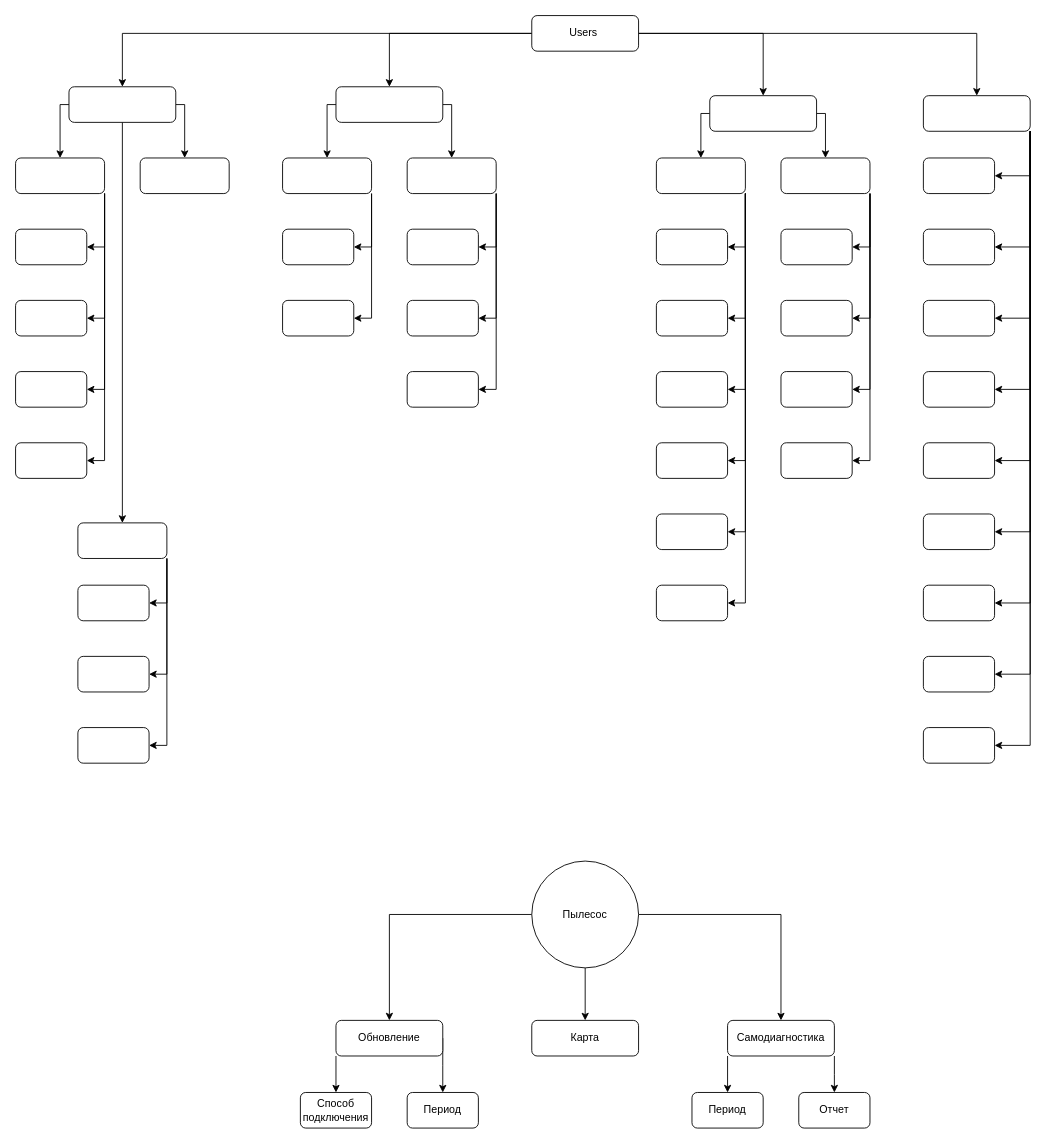
Earlier version of the draw.io diagram EDITOR3D/Диаграмма без названия.drawio (petrovich601/Arch3294). Source tidied: cells renumbered, new cells numbered last; positions are measured from the earlier drawing's top-left corner, leaving out a move shared by most shapes. Both pictures are drawn from the tidied source at 89%, with x=0, y=0 at pixel (15, 15).
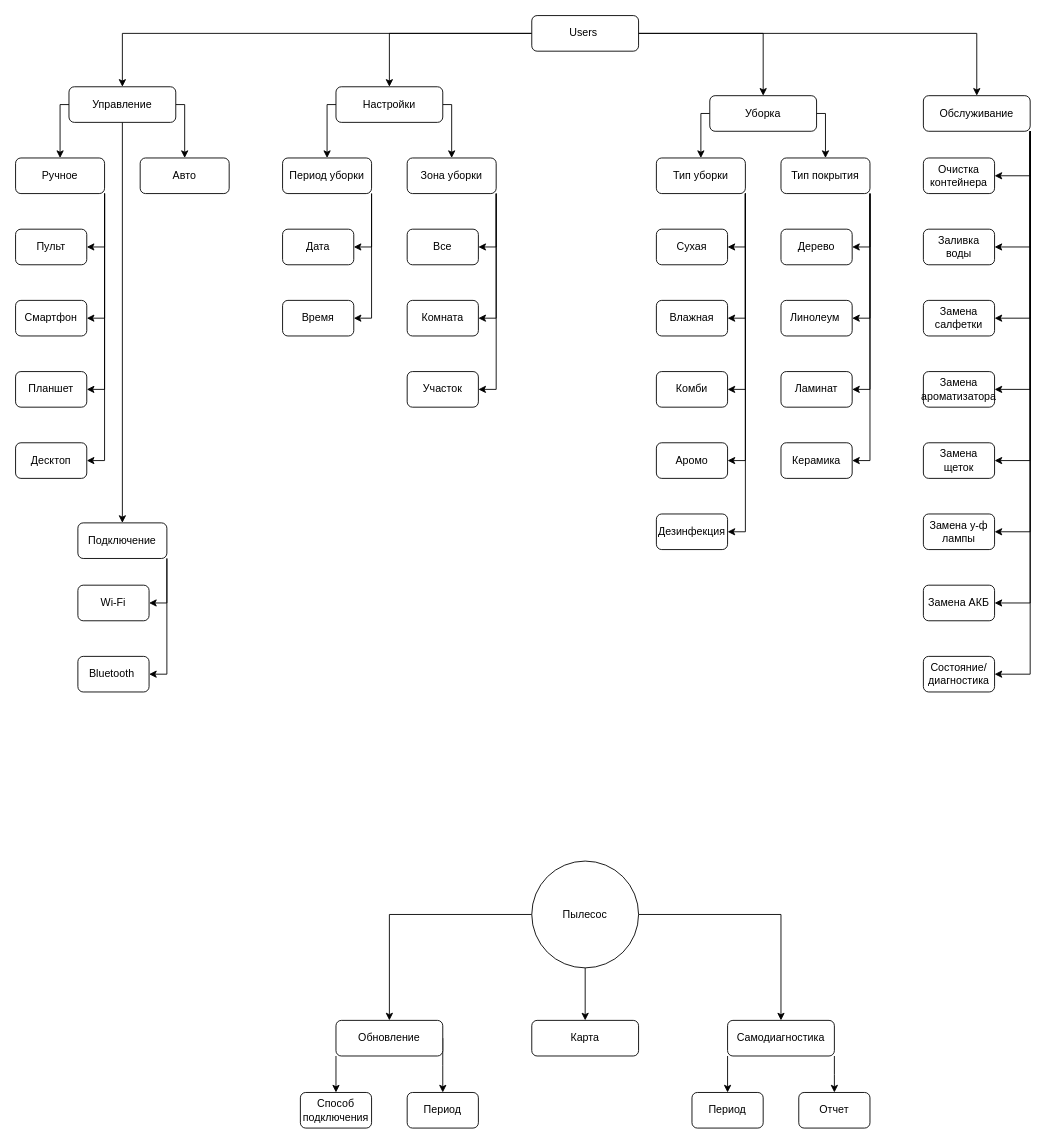
After the change.

The edit, as a diff of the source:
```diff
@@
-    <mxCell id="10" style="rounded=1;whiteSpace=wrap;html=1;fontSize=12;glass=0;strokeWidth=1;shadow=0;" parent="1" vertex="1">
+    <mxCell id="10" value="Управление" style="rounded=1;whiteSpace=wrap;html=1;fontSize=12;glass=0;strokeWidth=1;shadow=0;" parent="1" vertex="1">
       <mxGeometry x="60" y="80" width="120" height="40" as="geometry" />
     </mxCell>
@@
-    <mxCell id="13" style="rounded=1;whiteSpace=wrap;html=1;fontSize=12;glass=0;strokeWidth=1;shadow=0;" parent="1" vertex="1">
+    <mxCell id="13" value="Настройки" style="rounded=1;whiteSpace=wrap;html=1;fontSize=12;glass=0;strokeWidth=1;shadow=0;" parent="1" vertex="1">
       <mxGeometry x="360" y="80" width="120" height="40" as="geometry" />
     </mxCell>
@@
-    <mxCell id="16" style="rounded=1;whiteSpace=wrap;html=1;fontSize=12;glass=0;strokeWidth=1;shadow=0;" parent="1" vertex="1">
+    <mxCell id="16" value="Уборка" style="rounded=1;whiteSpace=wrap;html=1;fontSize=12;glass=0;strokeWidth=1;shadow=0;" parent="1" vertex="1">
       <mxGeometry x="780" y="90" width="120" height="40" as="geometry" />
     </mxCell>
-    <mxCell id="17" style="edgeStyle=orthogonalEdgeStyle;rounded=0;jettySize=auto;html=1;entryX=1;entryY=0.5;entryDx=0;entryDy=0;fontFamily=Helvetica;fontSize=12;fontColor=default;exitX=1;exitY=1;exitDx=0;exitDy=0;" parent="1" edge="1" source="26" target="49">
-      <mxGeometry relative="1" as="geometry" />
-    </mxCell>
@@
-    <mxCell id="26" style="rounded=1;whiteSpace=wrap;html=1;fontSize=12;glass=0;strokeWidth=1;shadow=0;" parent="1" vertex="1">
+    <mxCell id="26" value="Обслуживание" style="rounded=1;whiteSpace=wrap;html=1;fontSize=12;glass=0;strokeWidth=1;shadow=0;" parent="1" vertex="1">
       <mxGeometry x="1020" y="90" width="120" height="40" as="geometry" />
     </mxCell>
@@
-    <mxCell id="31" style="rounded=1;whiteSpace=wrap;html=1;fontSize=12;glass=0;strokeWidth=1;shadow=0;" parent="1" vertex="1">
+    <mxCell id="31" value="Тип покрытия" style="rounded=1;whiteSpace=wrap;html=1;fontSize=12;glass=0;strokeWidth=1;shadow=0;" parent="1" vertex="1">
       <mxGeometry x="860" y="160" width="100" height="40" as="geometry" />
     </mxCell>
-    <mxCell id="32" style="edgeStyle=orthogonalEdgeStyle;rounded=0;jettySize=auto;html=1;entryX=1;entryY=0.5;entryDx=0;entryDy=0;fontFamily=Helvetica;fontSize=12;fontColor=default;exitX=1;exitY=1;exitDx=0;exitDy=0;" parent="1" edge="1" source="38" target="90">
-      <mxGeometry relative="1" as="geometry" />
-    </mxCell>
@@
-    <mxCell id="38" style="rounded=1;whiteSpace=wrap;html=1;fontSize=12;glass=0;strokeWidth=1;shadow=0;" parent="1" vertex="1">
+    <mxCell id="38" value="Тип уборки" style="rounded=1;whiteSpace=wrap;html=1;fontSize=12;glass=0;strokeWidth=1;shadow=0;" parent="1" vertex="1">
       <mxGeometry x="720" y="160" width="100" height="40" as="geometry" />
     </mxCell>
@@
-    <mxCell id="45" style="rounded=1;whiteSpace=wrap;html=1;fontSize=12;glass=0;strokeWidth=1;shadow=0;" parent="1" vertex="1">
+    <mxCell id="45" value="Очистка&lt;br&gt;контейнера" style="rounded=1;whiteSpace=wrap;html=1;fontSize=12;glass=0;strokeWidth=1;shadow=0;" parent="1" vertex="1">
       <mxGeometry x="1020" y="160" width="80" height="40" as="geometry" />
     </mxCell>
-    <mxCell id="46" style="rounded=1;whiteSpace=wrap;html=1;fontSize=12;glass=0;strokeWidth=1;shadow=0;" parent="1" vertex="1">
+    <mxCell id="46" value="Заливка&lt;br&gt;воды" style="rounded=1;whiteSpace=wrap;html=1;fontSize=12;glass=0;strokeWidth=1;shadow=0;" parent="1" vertex="1">
       <mxGeometry x="1020" y="240" width="80" height="40" as="geometry" />
     </mxCell>
-    <mxCell id="47" style="rounded=1;whiteSpace=wrap;html=1;fontSize=12;glass=0;strokeWidth=1;shadow=0;" parent="1" vertex="1">
+    <mxCell id="47" value="Пульт" style="rounded=1;whiteSpace=wrap;html=1;fontSize=12;glass=0;strokeWidth=1;shadow=0;" parent="1" vertex="1">
       <mxGeometry y="240" width="80" height="40" as="geometry" />
     </mxCell>
-    <mxCell id="48" style="rounded=1;whiteSpace=wrap;html=1;fontSize=12;glass=0;strokeWidth=1;shadow=0;" parent="1" vertex="1">
+    <mxCell id="48" value="Замена у-ф лампы" style="rounded=1;whiteSpace=wrap;html=1;fontSize=12;glass=0;strokeWidth=1;shadow=0;" parent="1" vertex="1">
       <mxGeometry x="1020" y="560" width="80" height="40" as="geometry" />
     </mxCell>
-    <mxCell id="49" style="rounded=1;whiteSpace=wrap;html=1;fontSize=12;glass=0;strokeWidth=1;shadow=0;" parent="1" vertex="1">
-      <mxGeometry x="1020" y="800" width="80" height="40" as="geometry" />
-    </mxCell>
-    <mxCell id="50" style="rounded=1;whiteSpace=wrap;html=1;fontSize=12;glass=0;strokeWidth=1;shadow=0;" parent="1" vertex="1">
+    <mxCell id="50" value="Состояние/&lt;br&gt;диагностика" style="rounded=1;whiteSpace=wrap;html=1;fontSize=12;glass=0;strokeWidth=1;shadow=0;" parent="1" vertex="1">
       <mxGeometry x="1020" y="720" width="80" height="40" as="geometry" />
     </mxCell>
-    <mxCell id="51" style="rounded=1;whiteSpace=wrap;html=1;fontSize=12;glass=0;strokeWidth=1;shadow=0;" parent="1" vertex="1">
+    <mxCell id="51" value="Замена АКБ" style="rounded=1;whiteSpace=wrap;html=1;fontSize=12;glass=0;strokeWidth=1;shadow=0;" parent="1" vertex="1">
       <mxGeometry x="1020" y="640" width="80" height="40" as="geometry" />
     </mxCell>
-    <mxCell id="52" style="rounded=1;whiteSpace=wrap;html=1;fontSize=12;glass=0;strokeWidth=1;shadow=0;" parent="1" vertex="1">
+    <mxCell id="52" value="Замена щеток" style="rounded=1;whiteSpace=wrap;html=1;fontSize=12;glass=0;strokeWidth=1;shadow=0;" parent="1" vertex="1">
       <mxGeometry x="1020" y="480" width="80" height="40" as="geometry" />
     </mxCell>
-    <mxCell id="53" style="rounded=1;whiteSpace=wrap;html=1;fontSize=12;glass=0;strokeWidth=1;shadow=0;" parent="1" vertex="1">
+    <mxCell id="53" value="Замена&lt;br style=&quot;border-color: var(--border-color);&quot;&gt;ароматизатора" style="rounded=1;whiteSpace=wrap;html=1;fontSize=12;glass=0;strokeWidth=1;shadow=0;" parent="1" vertex="1">
       <mxGeometry x="1020" y="400" width="80" height="40" as="geometry" />
     </mxCell>
-    <mxCell id="54" style="rounded=1;whiteSpace=wrap;html=1;fontSize=12;glass=0;strokeWidth=1;shadow=0;" parent="1" vertex="1">
+    <mxCell id="54" value="Замена&lt;br&gt;салфетки" style="rounded=1;whiteSpace=wrap;html=1;fontSize=12;glass=0;strokeWidth=1;shadow=0;" parent="1" vertex="1">
       <mxGeometry x="1020" y="320" width="80" height="40" as="geometry" />
     </mxCell>
@@
-    <mxCell id="58" style="rounded=1;whiteSpace=wrap;html=1;fontSize=12;glass=0;strokeWidth=1;shadow=0;" parent="1" vertex="1">
+    <mxCell id="58" value="Зона уборки" style="rounded=1;whiteSpace=wrap;html=1;fontSize=12;glass=0;strokeWidth=1;shadow=0;" parent="1" vertex="1">
       <mxGeometry x="440" y="160" width="100" height="40" as="geometry" />
     </mxCell>
@@
-    <mxCell id="61" style="rounded=1;whiteSpace=wrap;html=1;fontSize=12;glass=0;strokeWidth=1;shadow=0;" parent="1" vertex="1">
+    <mxCell id="61" value="Период уборки" style="rounded=1;whiteSpace=wrap;html=1;fontSize=12;glass=0;strokeWidth=1;shadow=0;" parent="1" vertex="1">
       <mxGeometry x="300" y="160" width="100" height="40" as="geometry" />
     </mxCell>
-    <mxCell id="62" style="rounded=1;whiteSpace=wrap;html=1;fontSize=12;glass=0;strokeWidth=1;shadow=0;" parent="1" vertex="1">
+    <mxCell id="62" value="Авто" style="rounded=1;whiteSpace=wrap;html=1;fontSize=12;glass=0;strokeWidth=1;shadow=0;" parent="1" vertex="1">
       <mxGeometry x="140" y="160" width="100" height="40" as="geometry" />
     </mxCell>
@@
-    <mxCell id="67" style="rounded=1;whiteSpace=wrap;html=1;fontSize=12;glass=0;strokeWidth=1;shadow=0;" parent="1" vertex="1">
+    <mxCell id="67" value="Ручное" style="rounded=1;whiteSpace=wrap;html=1;fontSize=12;glass=0;strokeWidth=1;shadow=0;" parent="1" vertex="1">
       <mxGeometry y="160" width="100" height="40" as="geometry" />
     </mxCell>
-    <mxCell id="68" style="rounded=1;whiteSpace=wrap;html=1;fontSize=12;glass=0;strokeWidth=1;shadow=0;" parent="1" vertex="1">
+    <mxCell id="68" value="Смартфон" style="rounded=1;whiteSpace=wrap;html=1;fontSize=12;glass=0;strokeWidth=1;shadow=0;" parent="1" vertex="1">
       <mxGeometry y="320" width="80" height="40" as="geometry" />
     </mxCell>
-    <mxCell id="69" style="rounded=1;whiteSpace=wrap;html=1;fontSize=12;glass=0;strokeWidth=1;shadow=0;" parent="1" vertex="1">
+    <mxCell id="69" value="Планшет" style="rounded=1;whiteSpace=wrap;html=1;fontSize=12;glass=0;strokeWidth=1;shadow=0;" parent="1" vertex="1">
       <mxGeometry y="400" width="80" height="40" as="geometry" />
     </mxCell>
-    <mxCell id="70" style="rounded=1;whiteSpace=wrap;html=1;fontSize=12;glass=0;strokeWidth=1;shadow=0;" parent="1" vertex="1">
+    <mxCell id="70" value="Десктоп" style="rounded=1;whiteSpace=wrap;html=1;fontSize=12;glass=0;strokeWidth=1;shadow=0;" parent="1" vertex="1">
       <mxGeometry y="480" width="80" height="40" as="geometry" />
     </mxCell>
-    <mxCell id="71" style="rounded=1;whiteSpace=wrap;html=1;fontSize=12;glass=0;strokeWidth=1;shadow=0;" parent="1" vertex="1">
+    <mxCell id="71" value="Дата" style="rounded=1;whiteSpace=wrap;html=1;fontSize=12;glass=0;strokeWidth=1;shadow=0;" parent="1" vertex="1">
       <mxGeometry x="300" y="240" width="80" height="40" as="geometry" />
     </mxCell>
-    <mxCell id="72" style="edgeStyle=orthogonalEdgeStyle;rounded=0;jettySize=auto;html=1;entryX=1;entryY=0.5;entryDx=0;entryDy=0;fontFamily=Helvetica;fontSize=12;fontColor=default;exitX=1;exitY=1;exitDx=0;exitDy=0;" parent="1" edge="1" source="75" target="91">
-      <mxGeometry relative="1" as="geometry" />
-    </mxCell>
@@
-    <mxCell id="75" style="rounded=1;whiteSpace=wrap;html=1;fontSize=12;glass=0;strokeWidth=1;shadow=0;" parent="1" vertex="1">
+    <mxCell id="75" value="Подключение" style="rounded=1;whiteSpace=wrap;html=1;fontSize=12;glass=0;strokeWidth=1;shadow=0;" parent="1" vertex="1">
       <mxGeometry x="70" y="570" width="100" height="40" as="geometry" />
     </mxCell>
-    <mxCell id="76" style="rounded=1;whiteSpace=wrap;html=1;fontSize=12;glass=0;strokeWidth=1;shadow=0;" parent="1" vertex="1">
+    <mxCell id="76" value="Сухая" style="rounded=1;whiteSpace=wrap;html=1;fontSize=12;glass=0;strokeWidth=1;shadow=0;" parent="1" vertex="1">
       <mxGeometry x="720" y="240" width="80" height="40" as="geometry" />
     </mxCell>
-    <mxCell id="77" style="rounded=1;whiteSpace=wrap;html=1;fontSize=12;glass=0;strokeWidth=1;shadow=0;" parent="1" vertex="1">
+    <mxCell id="77" value="Время" style="rounded=1;whiteSpace=wrap;html=1;fontSize=12;glass=0;strokeWidth=1;shadow=0;" parent="1" vertex="1">
       <mxGeometry x="300" y="320" width="80" height="40" as="geometry" />
     </mxCell>
-    <mxCell id="78" style="rounded=1;whiteSpace=wrap;html=1;fontSize=12;glass=0;strokeWidth=1;shadow=0;" parent="1" vertex="1">
+    <mxCell id="78" value="Дерево" style="rounded=1;whiteSpace=wrap;html=1;fontSize=12;glass=0;strokeWidth=1;shadow=0;" parent="1" vertex="1">
       <mxGeometry x="860" y="240" width="80" height="40" as="geometry" />
     </mxCell>
-    <mxCell id="79" style="rounded=1;whiteSpace=wrap;html=1;fontSize=12;glass=0;strokeWidth=1;shadow=0;" parent="1" vertex="1">
+    <mxCell id="79" value="Участок" style="rounded=1;whiteSpace=wrap;html=1;fontSize=12;glass=0;strokeWidth=1;shadow=0;" parent="1" vertex="1">
       <mxGeometry x="440" y="400" width="80" height="40" as="geometry" />
     </mxCell>
-    <mxCell id="80" style="rounded=1;whiteSpace=wrap;html=1;fontSize=12;glass=0;strokeWidth=1;shadow=0;" parent="1" vertex="1">
+    <mxCell id="80" value="Комната" style="rounded=1;whiteSpace=wrap;html=1;fontSize=12;glass=0;strokeWidth=1;shadow=0;" parent="1" vertex="1">
       <mxGeometry x="440" y="320" width="80" height="40" as="geometry" />
     </mxCell>
-    <mxCell id="81" style="rounded=1;whiteSpace=wrap;html=1;fontSize=12;glass=0;strokeWidth=1;shadow=0;" parent="1" vertex="1">
+    <mxCell id="81" value="Все" style="rounded=1;whiteSpace=wrap;html=1;fontSize=12;glass=0;strokeWidth=1;shadow=0;" parent="1" vertex="1">
       <mxGeometry x="440" y="240" width="80" height="40" as="geometry" />
     </mxCell>
@@
-    <mxCell id="83" style="rounded=1;whiteSpace=wrap;html=1;fontSize=12;glass=0;strokeWidth=1;shadow=0;" parent="1" vertex="1">
+    <mxCell id="83" value="Влажная" style="rounded=1;whiteSpace=wrap;html=1;fontSize=12;glass=0;strokeWidth=1;shadow=0;" parent="1" vertex="1">
       <mxGeometry x="720" y="320" width="80" height="40" as="geometry" />
     </mxCell>
-    <mxCell id="84" style="rounded=1;whiteSpace=wrap;html=1;fontSize=12;glass=0;strokeWidth=1;shadow=0;" parent="1" vertex="1">
+    <mxCell id="84" value="Ламинат" style="rounded=1;whiteSpace=wrap;html=1;fontSize=12;glass=0;strokeWidth=1;shadow=0;" parent="1" vertex="1">
       <mxGeometry x="860" y="400" width="80" height="40" as="geometry" />
     </mxCell>
-    <mxCell id="85" style="rounded=1;whiteSpace=wrap;html=1;fontSize=12;glass=0;strokeWidth=1;shadow=0;" parent="1" vertex="1">
+    <mxCell id="85" value="Линолеум&amp;nbsp;" style="rounded=1;whiteSpace=wrap;html=1;fontSize=12;glass=0;strokeWidth=1;shadow=0;" parent="1" vertex="1">
       <mxGeometry x="860" y="320" width="80" height="40" as="geometry" />
     </mxCell>
-    <mxCell id="86" style="rounded=1;whiteSpace=wrap;html=1;fontSize=12;glass=0;strokeWidth=1;shadow=0;" parent="1" vertex="1">
+    <mxCell id="86" value="Керамика" style="rounded=1;whiteSpace=wrap;html=1;fontSize=12;glass=0;strokeWidth=1;shadow=0;" parent="1" vertex="1">
       <mxGeometry x="860" y="480" width="80" height="40" as="geometry" />
     </mxCell>
-    <mxCell id="87" style="rounded=1;whiteSpace=wrap;html=1;fontSize=12;glass=0;strokeWidth=1;shadow=0;" parent="1" vertex="1">
+    <mxCell id="87" value="Комби" style="rounded=1;whiteSpace=wrap;html=1;fontSize=12;glass=0;strokeWidth=1;shadow=0;" parent="1" vertex="1">
       <mxGeometry x="720" y="400" width="80" height="40" as="geometry" />
     </mxCell>
-    <mxCell id="88" style="rounded=1;whiteSpace=wrap;html=1;fontSize=12;glass=0;strokeWidth=1;shadow=0;" parent="1" vertex="1">
+    <mxCell id="88" value="Дезинфекция" style="rounded=1;whiteSpace=wrap;html=1;fontSize=12;glass=0;strokeWidth=1;shadow=0;" parent="1" vertex="1">
       <mxGeometry x="720" y="560" width="80" height="40" as="geometry" />
     </mxCell>
-    <mxCell id="89" style="rounded=1;whiteSpace=wrap;html=1;fontSize=12;glass=0;strokeWidth=1;shadow=0;" parent="1" vertex="1">
+    <mxCell id="89" value="Аромо" style="rounded=1;whiteSpace=wrap;html=1;fontSize=12;glass=0;strokeWidth=1;shadow=0;" parent="1" vertex="1">
       <mxGeometry x="720" y="480" width="80" height="40" as="geometry" />
     </mxCell>
-    <mxCell id="90" style="rounded=1;whiteSpace=wrap;html=1;fontSize=12;glass=0;strokeWidth=1;shadow=0;" parent="1" vertex="1">
-      <mxGeometry x="720" y="640" width="80" height="40" as="geometry" />
-    </mxCell>
-    <mxCell id="91" style="rounded=1;whiteSpace=wrap;html=1;fontSize=12;glass=0;strokeWidth=1;shadow=0;" parent="1" vertex="1">
-      <mxGeometry x="70" y="800" width="80" height="40" as="geometry" />
-    </mxCell>
-    <mxCell id="92" style="rounded=1;whiteSpace=wrap;html=1;fontSize=12;glass=0;strokeWidth=1;shadow=0;" parent="1" vertex="1">
+    <mxCell id="92" value="Bluetooth&amp;nbsp;" style="rounded=1;whiteSpace=wrap;html=1;fontSize=12;glass=0;strokeWidth=1;shadow=0;" parent="1" vertex="1">
       <mxGeometry x="70" y="720" width="80" height="40" as="geometry" />
     </mxCell>
-    <mxCell id="93" style="rounded=1;whiteSpace=wrap;html=1;fontSize=12;glass=0;strokeWidth=1;shadow=0;" parent="1" vertex="1">
+    <mxCell id="93" value="Wi-Fi" style="rounded=1;whiteSpace=wrap;html=1;fontSize=12;glass=0;strokeWidth=1;shadow=0;" parent="1" vertex="1">
       <mxGeometry x="70" y="640" width="80" height="40" as="geometry" />
     </mxCell>
```
